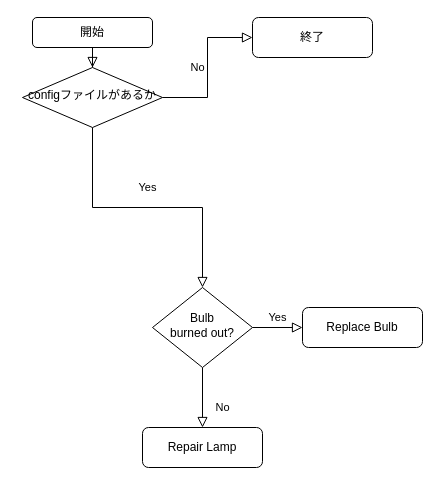
This is 名称未設定ファイル.drawio from molhot/weSERRRRRRRRVVVElovyu, a draw.io file, before an edit. Source tidied: cells renumbered, new cells numbered last; positions are measured from the earlier drawing's top-left corner, leaving out a move shared by most shapes. Both pictures are drawn from the tidied source at 100%, with x=0, y=0 at pixel (22, 17).
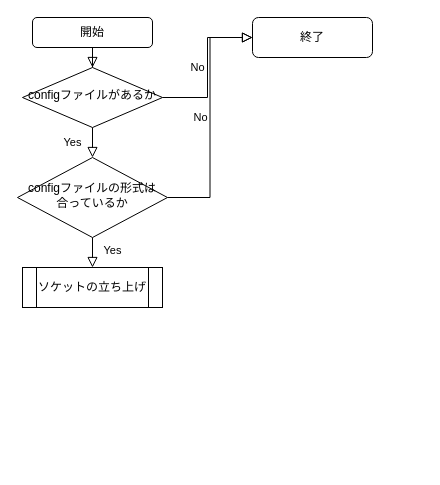
The same page after the edit.

The edit, as a diff of the source:
```diff
@@
 <mxGraphModel>
   <root>
     <mxCell id="0" />
     <mxCell id="1" parent="0" />
     <mxCell id="2" style="rounded=0;html=1;jettySize=auto;fontSize=11;endArrow=block;endFill=0;endSize=8;strokeWidth=1;shadow=0;labelBackgroundColor=none;edgeStyle=orthogonalEdgeStyle;" parent="1" edge="1" source="3" target="6">
       <mxGeometry relative="1" as="geometry" />
     </mxCell>
     <mxCell id="3" value="開始" style="rounded=1;whiteSpace=wrap;html=1;fontSize=12;glass=0;strokeWidth=1;shadow=0;" parent="1" vertex="1">
       <mxGeometry x="10" width="120" height="30" as="geometry" />
     </mxCell>
     <mxCell id="4" value="Yes" style="rounded=0;html=1;jettySize=auto;fontSize=11;endArrow=block;endFill=0;endSize=8;strokeWidth=1;shadow=0;labelBackgroundColor=none;edgeStyle=orthogonalEdgeStyle;" parent="1" edge="1" source="6" target="10">
       <mxGeometry y="20" relative="1" as="geometry" />
     </mxCell>
     <mxCell id="5" value="No" style="edgeStyle=orthogonalEdgeStyle;rounded=0;html=1;jettySize=auto;fontSize=11;endArrow=block;endFill=0;endSize=8;strokeWidth=1;shadow=0;labelBackgroundColor=none;entryX=0;entryY=0.5;entryDx=0;entryDy=0;" parent="1" edge="1" source="6" target="7">
       <mxGeometry y="10" relative="1" as="geometry" />
     </mxCell>
     <mxCell id="6" value="configファイルがあるか" style="rhombus;whiteSpace=wrap;html=1;shadow=0;fontFamily=Helvetica;fontSize=12;align=center;strokeWidth=1;spacing=6;spacingTop=-4;" parent="1" vertex="1">
       <mxGeometry y="50" width="140" height="60" as="geometry" />
     </mxCell>
     <mxCell id="7" value="終了" style="rounded=1;whiteSpace=wrap;html=1;fontSize=12;glass=0;strokeWidth=1;shadow=0;" parent="1" vertex="1">
       <mxGeometry x="230" width="120" height="40" as="geometry" />
     </mxCell>
-    <mxCell id="8" value="No" style="rounded=0;html=1;jettySize=auto;fontSize=11;endArrow=block;endFill=0;endSize=8;strokeWidth=1;shadow=0;labelBackgroundColor=none;edgeStyle=orthogonalEdgeStyle;" parent="1" edge="1" source="10" target="11">
+    <mxCell id="8" value="Yes" style="rounded=0;html=1;jettySize=auto;fontSize=11;endArrow=block;endFill=0;endSize=8;strokeWidth=1;shadow=0;labelBackgroundColor=none;edgeStyle=orthogonalEdgeStyle;entryX=0.5;entryY=0;entryDx=0;entryDy=0;" parent="1" edge="1" source="10" target="13">
       <mxGeometry x="0.33" y="20" relative="1" as="geometry" />
     </mxCell>
-    <mxCell id="9" value="Yes" style="edgeStyle=orthogonalEdgeStyle;rounded=0;html=1;jettySize=auto;fontSize=11;endArrow=block;endFill=0;endSize=8;strokeWidth=1;shadow=0;labelBackgroundColor=none;" parent="1" edge="1" source="10" target="12">
+    <mxCell id="9" value="No" style="edgeStyle=orthogonalEdgeStyle;rounded=0;html=1;jettySize=auto;fontSize=11;endArrow=block;endFill=0;endSize=8;strokeWidth=1;shadow=0;labelBackgroundColor=none;entryX=0;entryY=0.5;entryDx=0;entryDy=0;" parent="1" edge="1" source="10" target="7">
       <mxGeometry y="10" relative="1" as="geometry" />
     </mxCell>
-    <mxCell id="10" value="Bulb&lt;br&gt;burned out?" style="rhombus;whiteSpace=wrap;html=1;shadow=0;fontFamily=Helvetica;fontSize=12;align=center;strokeWidth=1;spacing=6;spacingTop=-4;" parent="1" vertex="1">
-      <mxGeometry x="130" y="270" width="100" height="80" as="geometry" />
+    <mxCell id="10" value="configファイルの形式は合っているか" style="rhombus;whiteSpace=wrap;html=1;shadow=0;fontFamily=Helvetica;fontSize=12;align=center;strokeWidth=1;spacing=6;spacingTop=-4;" parent="1" vertex="1">
+      <mxGeometry x="-5" y="140" width="150" height="80" as="geometry" />
     </mxCell>
-    <mxCell id="11" value="Repair Lamp" style="rounded=1;whiteSpace=wrap;html=1;fontSize=12;glass=0;strokeWidth=1;shadow=0;" parent="1" vertex="1">
-      <mxGeometry x="120" y="410" width="120" height="40" as="geometry" />
-    </mxCell>
-    <mxCell id="12" value="Replace Bulb" style="rounded=1;whiteSpace=wrap;html=1;fontSize=12;glass=0;strokeWidth=1;shadow=0;" parent="1" vertex="1">
-      <mxGeometry x="280" y="290" width="120" height="40" as="geometry" />
-    </mxCell>
+    <mxCell id="13" value="ソケットの立ち上げ" style="shape=process;whiteSpace=wrap;html=1;backgroundOutline=1;" parent="1" vertex="1">
+      <mxGeometry y="250" width="140" height="40" as="geometry" />
+    </mxCell>
   </root>
 </mxGraphModel>
```
